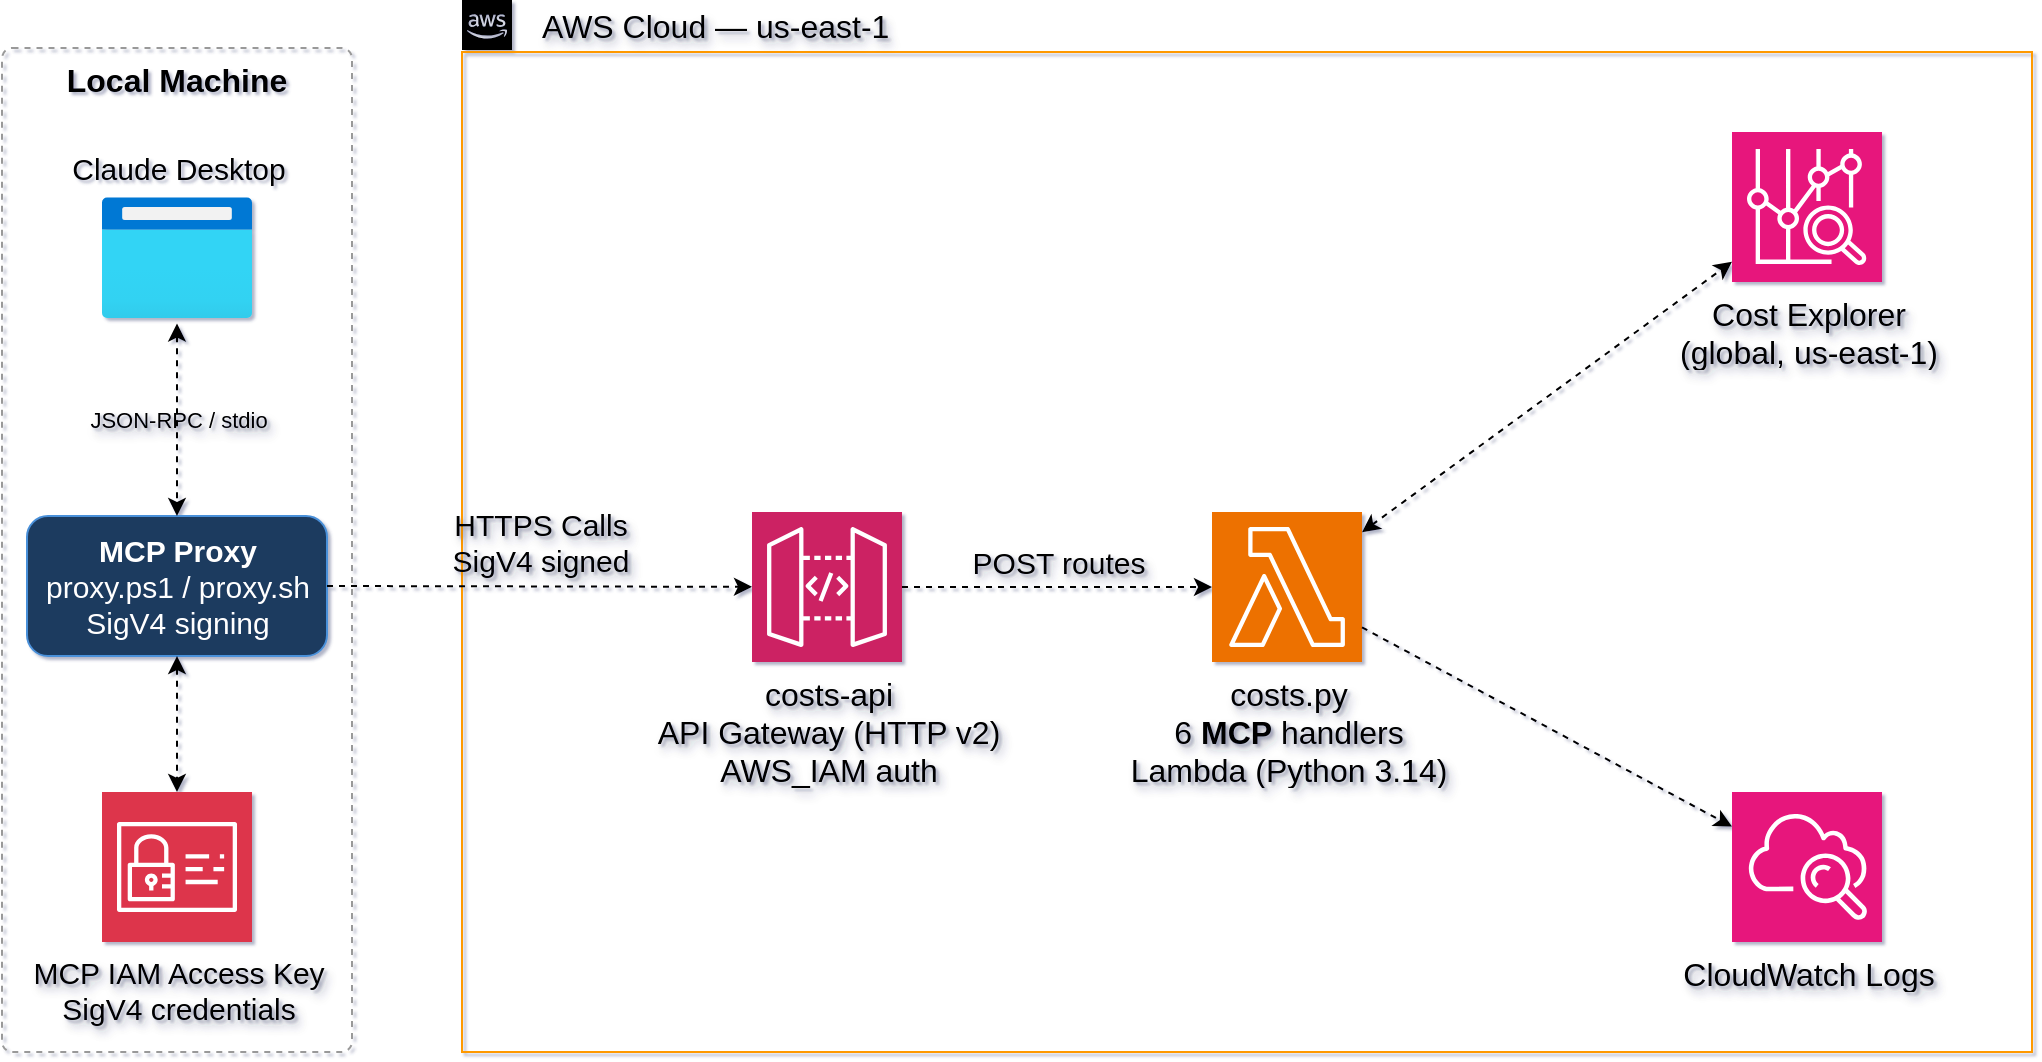
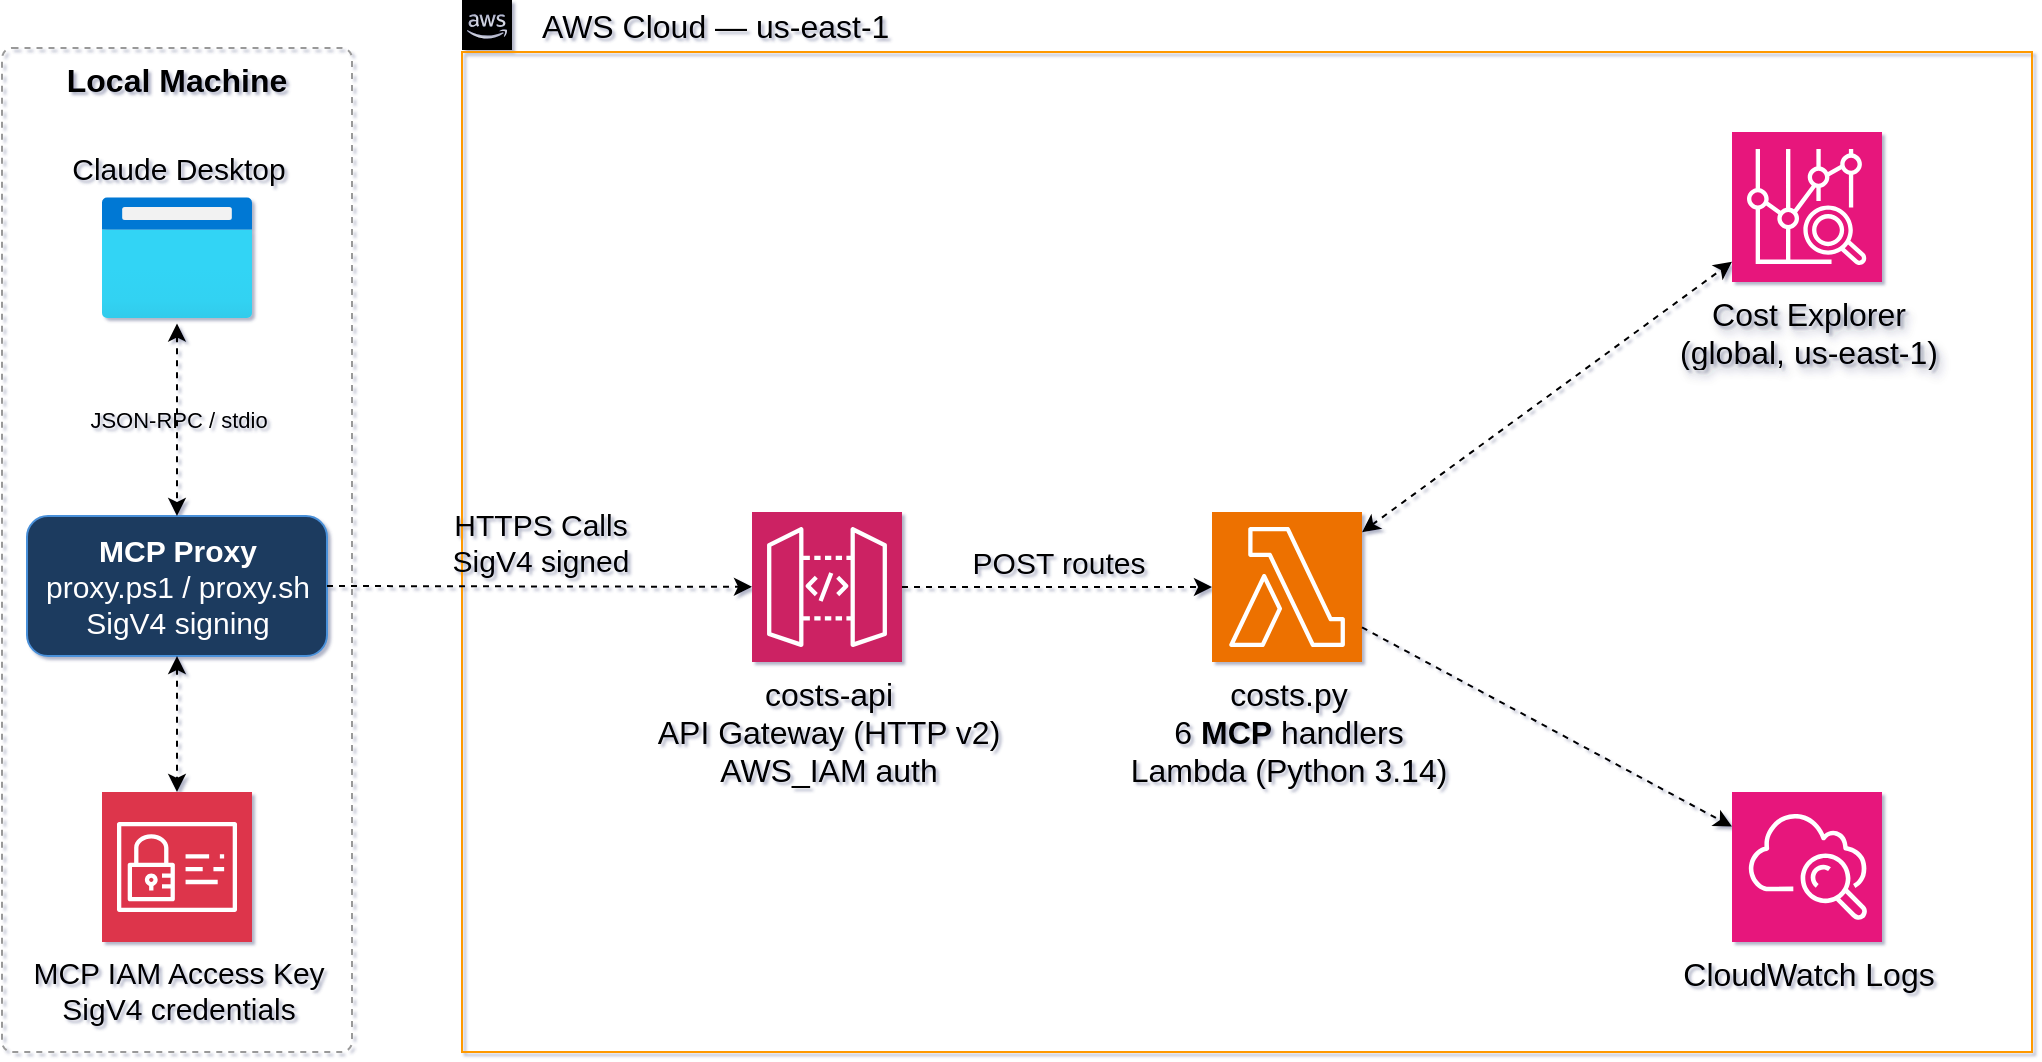
<mxfile host="app.diagrams.net" agent="Claude" pages="2">
  <diagram id="arch" name="Before — Local Proxy">
    <mxGraphModel grid="1" page="1" gridSize="10" guides="1" tooltips="1" connect="1" arrows="1" fold="1" pageScale="1" pageWidth="1169" pageHeight="827" background="none" math="0" shadow="1">
      <root>
        <mxCell id="0" />
        <mxCell id="1" parent="0" />
        <mxCell id="local-zone" parent="1" style="rounded=1;whiteSpace=wrap;html=1;fillColor=none;strokeColor=#999999;dashed=1;arcSize=3;verticalAlign=top;fontSize=12;fontStyle=1;fontColor=#555555;" value="&lt;font style=&quot;font-size: 16px; color: light-dark(rgb(0, 0, 0), rgb(237, 237, 237));&quot;&gt;Local Machine&lt;/font&gt;" vertex="1">
          <mxGeometry height="502" width="175" x="25" y="108" as="geometry" />
        </mxCell>
        <mxCell id="aws-zone" parent="1" style="rounded=0;whiteSpace=wrap;html=1;fillColor=none;strokeColor=#FF9900;dashed=0;arcSize=2;noLabel=1;textShadow=1;" value="" vertex="1">
          <mxGeometry height="500" width="785" x="255" y="110" as="geometry" />
        </mxCell>
-         <mxCell id="aws-cloud-label" parent="1" style="shape=mxgraph.aws4.group;grIcon=mxgraph.aws4.group_aws_cloud_alt;strokeColor=none;fillColor=none;fontColor=light-dark(#000000, #bdc7d4);fontSize=12;align=left;labelPosition=right;verticalLabelPosition=middle;verticalAlign=middle;spacing=8;html=1;points=[];textShadow=1;" value="&lt;font style=&quot;font-size: 16px;&quot;&gt;AWS Cloud — us-east-1&lt;/font&gt;" vertex="1">
+         <mxCell id="aws-cloud-label" parent="1" style="shape=mxgraph.aws4.group;grIcon=mxgraph.aws4.group_aws_cloud_alt;strokeColor=none;fillColor=none;fontColor=light-dark(#000000, #bdc7d4);fontSize=12;align=left;labelPosition=right;verticalLabelPosition=middle;verticalAlign=middle;spacing=8;html=1;points=[];textShadow=0;" value="&lt;font style=&quot;font-size: 16px;&quot;&gt;AWS Cloud — us-east-1&lt;/font&gt;" vertex="1">
          <mxGeometry height="26" width="32" x="255" y="84" as="geometry" />
        </mxCell>
        <mxCell id="claude-desktop" parent="1" style="image;aspect=fixed;html=1;points=[];align=center;fontSize=15;image=img/lib/azure2/general/Browser.svg;labelBackgroundColor=none;labelPosition=center;verticalLabelPosition=top;verticalAlign=bottom;" value="Claude Desktop" vertex="1">
          <mxGeometry height="65.79" width="75" x="75" y="180" as="geometry" />
        </mxCell>
        <mxCell id="proxy" parent="1" style="rounded=1;whiteSpace=wrap;html=1;fillColor=#1e3a5f;strokeColor=#4a90d9;fontColor=#ffffff;fontSize=11;align=center;" value="&lt;b&gt;&lt;font style=&quot;font-size: 15px;&quot;&gt;MCP Proxy&lt;/font&gt;&lt;/b&gt;&lt;div&gt;&lt;font style=&quot;font-size: 15px;&quot;&gt;proxy.ps1 / proxy.sh&lt;/font&gt;&lt;/div&gt;&lt;div&gt;&lt;font style=&quot;font-size: 15px;&quot;&gt;SigV4 signing&lt;/font&gt;&lt;/div&gt;" vertex="1">
          <mxGeometry height="70" width="150" x="37.5" y="342" as="geometry" />
        </mxCell>
-         <mxCell id="api-gw" parent="1" style="sketch=0;points=[[0,0,0],[0.25,0,0],[0.5,0,0],[0.75,0,0],[1,0,0],[0,1,0],[0.25,1,0],[0.5,1,0],[0.75,1,0],[1,1,0],[0,0.25,0],[0,0.5,0],[0,0.75,0],[1,0.25,0],[1,0.5,0],[1,0.75,0]];outlineConnect=0;fontColor=light-dark(#000000,#000000);fillColor=#CC2264;strokeColor=#ffffff;dashed=0;verticalLabelPosition=bottom;verticalAlign=top;align=center;html=1;fontSize=16;fontStyle=0;aspect=fixed;shape=mxgraph.aws4.resourceIcon;resIcon=mxgraph.aws4.api_gateway;textShadow=1;" value="costs-api&lt;div&gt;API Gateway (HTTP v2)&lt;/div&gt;&lt;div&gt;AWS_IAM auth&lt;/div&gt;" vertex="1">
+         <mxCell id="api-gw" parent="1" style="sketch=0;points=[[0,0,0],[0.25,0,0],[0.5,0,0],[0.75,0,0],[1,0,0],[0,1,0],[0.25,1,0],[0.5,1,0],[0.75,1,0],[1,1,0],[0,0.25,0],[0,0.5,0],[0,0.75,0],[1,0.25,0],[1,0.5,0],[1,0.75,0]];outlineConnect=0;fontColor=light-dark(#000000,#000000);fillColor=#CC2264;strokeColor=#ffffff;dashed=0;verticalLabelPosition=bottom;verticalAlign=top;align=center;html=1;fontSize=16;fontStyle=0;aspect=fixed;shape=mxgraph.aws4.resourceIcon;resIcon=mxgraph.aws4.api_gateway;textShadow=0;" value="costs-api&lt;div&gt;API Gateway (HTTP v2)&lt;/div&gt;&lt;div&gt;AWS_IAM auth&lt;/div&gt;" vertex="1">
          <mxGeometry height="75" width="75" x="400" y="340" as="geometry" />
        </mxCell>
-         <mxCell id="lambda" parent="1" style="sketch=0;points=[[0,0,0],[0.25,0,0],[0.5,0,0],[0.75,0,0],[1,0,0],[0,1,0],[0.25,1,0],[0.5,1,0],[0.75,1,0],[1,1,0],[0,0.25,0],[0,0.5,0],[0,0.75,0],[1,0.25,0],[1,0.5,0],[1,0.75,0]];outlineConnect=0;fontColor=light-dark(#000000,#000000);fillColor=#ED7100;strokeColor=#ffffff;dashed=0;verticalLabelPosition=bottom;verticalAlign=top;align=center;html=1;fontSize=16;fontStyle=0;aspect=fixed;shape=mxgraph.aws4.resourceIcon;resIcon=mxgraph.aws4.lambda;textShadow=1;" value="costs.py&lt;div&gt;6 &lt;b&gt;MCP&amp;nbsp;&lt;/b&gt;handlers&lt;/div&gt;&lt;div&gt;Lambda (Python 3.14)&lt;/div&gt;" vertex="1">
+         <mxCell id="lambda" parent="1" style="sketch=0;points=[[0,0,0],[0.25,0,0],[0.5,0,0],[0.75,0,0],[1,0,0],[0,1,0],[0.25,1,0],[0.5,1,0],[0.75,1,0],[1,1,0],[0,0.25,0],[0,0.5,0],[0,0.75,0],[1,0.25,0],[1,0.5,0],[1,0.75,0]];outlineConnect=0;fontColor=light-dark(#000000,#000000);fillColor=#ED7100;strokeColor=#ffffff;dashed=0;verticalLabelPosition=bottom;verticalAlign=top;align=center;html=1;fontSize=16;fontStyle=0;aspect=fixed;shape=mxgraph.aws4.resourceIcon;resIcon=mxgraph.aws4.lambda;textShadow=0;" value="costs.py&lt;div&gt;6 &lt;b&gt;MCP&amp;nbsp;&lt;/b&gt;handlers&lt;/div&gt;&lt;div&gt;Lambda (Python 3.14)&lt;/div&gt;" vertex="1">
          <mxGeometry height="75" width="75" x="630" y="340" as="geometry" />
        </mxCell>
        <mxCell id="cost-explorer" parent="1" style="sketch=0;points=[[0,0,0],[0.25,0,0],[0.5,0,0],[0.75,0,0],[1,0,0],[0,1,0],[0.25,1,0],[0.5,1,0],[0.75,1,0],[1,1,0],[0,0.25,0],[0,0.5,0],[0,0.75,0],[1,0.25,0],[1,0.5,0],[1,0.75,0]];outlineConnect=0;fontColor=light-dark(#000000,#000000);fillColor=#E7157B;strokeColor=#ffffff;dashed=0;verticalLabelPosition=bottom;verticalAlign=top;align=center;html=1;fontSize=16;fontStyle=0;aspect=fixed;shape=mxgraph.aws4.resourceIcon;resIcon=mxgraph.aws4.cost_explorer;textShadow=1;" value="Cost Explorer&lt;div&gt;(global, us-&lt;span&gt;east&lt;/span&gt;-1)&lt;/div&gt;" vertex="1">
          <mxGeometry height="75" width="75" x="890" y="150" as="geometry" />
        </mxCell>
-         <mxCell id="cloudwatch" parent="1" style="sketch=0;points=[[0,0,0],[0.25,0,0],[0.5,0,0],[0.75,0,0],[1,0,0],[0,1,0],[0.25,1,0],[0.5,1,0],[0.75,1,0],[1,1,0],[0,0.25,0],[0,0.5,0],[0,0.75,0],[1,0.25,0],[1,0.5,0],[1,0.75,0]];outlineConnect=0;fontColor=light-dark(#000000,#000000);fillColor=#E7157B;strokeColor=#ffffff;dashed=0;verticalLabelPosition=bottom;verticalAlign=top;align=center;html=1;fontSize=16;fontStyle=0;aspect=fixed;shape=mxgraph.aws4.resourceIcon;resIcon=mxgraph.aws4.cloudwatch;textShadow=1;" value="CloudWatch Logs" vertex="1">
+         <mxCell id="cloudwatch" parent="1" style="sketch=0;points=[[0,0,0],[0.25,0,0],[0.5,0,0],[0.75,0,0],[1,0,0],[0,1,0],[0.25,1,0],[0.5,1,0],[0.75,1,0],[1,1,0],[0,0.25,0],[0,0.5,0],[0,0.75,0],[1,0.25,0],[1,0.5,0],[1,0.75,0]];outlineConnect=0;fontColor=light-dark(#000000,#000000);fillColor=#E7157B;strokeColor=#ffffff;dashed=0;verticalLabelPosition=bottom;verticalAlign=top;align=center;html=1;fontSize=16;fontStyle=0;aspect=fixed;shape=mxgraph.aws4.resourceIcon;resIcon=mxgraph.aws4.cloudwatch;textShadow=0;" value="CloudWatch Logs" vertex="1">
          <mxGeometry height="75" width="75" x="890" y="480" as="geometry" />
        </mxCell>
-         <mxCell id="e-cd-proxy" edge="1" parent="1" source="claude-desktop" style="endArrow=classic;startArrow=classic;startFill=1;html=1;rounded=0;dashed=1;labelBackgroundColor=none;exitX=0.5;exitY=1;exitDx=0;exitDy=0;entryX=0.5;entryY=0;entryDx=0;entryDy=0;textShadow=1;" target="proxy" value="&lt;font&gt;JSON-RPC / stdio&lt;/font&gt;">
+         <mxCell id="e-cd-proxy" edge="1" parent="1" source="claude-desktop" style="endArrow=classic;startArrow=classic;startFill=1;html=1;rounded=0;dashed=1;labelBackgroundColor=none;exitX=0.5;exitY=1;exitDx=0;exitDy=0;entryX=0.5;entryY=0;entryDx=0;entryDy=0;textShadow=0;" target="proxy" value="&lt;font&gt;JSON-RPC / stdio&lt;/font&gt;">
          <mxGeometry relative="1" as="geometry" />
        </mxCell>
-         <mxCell id="e-proxy-apigw" edge="1" parent="1" source="proxy" style="endArrow=classic;startArrow=none;html=1;rounded=0;dashed=1;labelBackgroundColor=none;exitX=1;exitY=0.5;exitDx=0;exitDy=0;spacingTop=-44;textShadow=1;fontSize=15;" target="api-gw" value="&lt;font&gt;HTTPS Calls&lt;/font&gt;&lt;div&gt;&lt;font&gt;SigV4 signed&lt;/font&gt;&lt;/div&gt;">
+         <mxCell id="e-proxy-apigw" edge="1" parent="1" source="proxy" style="endArrow=classic;startArrow=none;html=1;rounded=0;dashed=1;labelBackgroundColor=none;exitX=1;exitY=0.5;exitDx=0;exitDy=0;spacingTop=-44;textShadow=0;fontSize=15;" target="api-gw" value="&lt;font&gt;HTTPS Calls&lt;/font&gt;&lt;div&gt;&lt;font&gt;SigV4 signed&lt;/font&gt;&lt;/div&gt;">
          <mxGeometry relative="1" x="0.0006" as="geometry">
            <mxPoint as="offset" />
          </mxGeometry>
        </mxCell>
-         <mxCell id="e-apigw-lambda" edge="1" parent="1" source="api-gw" style="endArrow=classic;startArrow=none;html=1;rounded=0;dashed=1;labelBackgroundColor=none;spacingTop=-25;textShadow=1;fontSize=15;" target="lambda" value="POST routes">
+         <mxCell id="e-apigw-lambda" edge="1" parent="1" source="api-gw" style="endArrow=classic;startArrow=none;html=1;rounded=0;dashed=1;labelBackgroundColor=none;spacingTop=-25;textShadow=0;fontSize=15;" target="lambda" value="POST routes">
          <mxGeometry relative="1" as="geometry">
            <mxPoint as="offset" />
          </mxGeometry>
        </mxCell>
        <mxCell id="e-lambda-ce" edge="1" parent="1" source="lambda" style="endArrow=classic;startArrow=classic;startFill=1;html=1;rounded=0;dashed=1;labelBackgroundColor=none;" target="cost-explorer" value="">
          <mxGeometry relative="1" as="geometry" />
        </mxCell>
        <mxCell id="e-lambda-cw" edge="1" parent="1" source="lambda" style="endArrow=classic;startArrow=none;html=1;rounded=0;dashed=1;labelBackgroundColor=none;" target="cloudwatch" value="">
          <mxGeometry relative="1" as="geometry" />
        </mxCell>
-         <mxCell id="-CmOwPXKwdwqw_4okU6w-4" parent="1" style="sketch=0;points=[[0,0,0],[0.25,0,0],[0.5,0,0],[0.75,0,0],[1,0,0],[0,1,0],[0.25,1,0],[0.5,1,0],[0.75,1,0],[1,1,0],[0,0.25,0],[0,0.5,0],[0,0.75,0],[1,0.25,0],[1,0.5,0],[1,0.75,0]];outlineConnect=0;fontColor=light-dark(#000000, #bdc7d4);fillColor=#DD344C;strokeColor=#ffffff;dashed=0;verticalLabelPosition=bottom;verticalAlign=top;align=center;html=1;fontSize=15;fontStyle=0;aspect=fixed;shape=mxgraph.aws4.resourceIcon;resIcon=mxgraph.aws4.identity_and_access_management;textShadow=1;" value="MCP IAM Access Key&lt;div&gt;SigV4 credentials&lt;/div&gt;" vertex="1">
+         <mxCell id="-CmOwPXKwdwqw_4okU6w-4" parent="1" style="sketch=0;points=[[0,0,0],[0.25,0,0],[0.5,0,0],[0.75,0,0],[1,0,0],[0,1,0],[0.25,1,0],[0.5,1,0],[0.75,1,0],[1,1,0],[0,0.25,0],[0,0.5,0],[0,0.75,0],[1,0.25,0],[1,0.5,0],[1,0.75,0]];outlineConnect=0;fontColor=light-dark(#000000, #bdc7d4);fillColor=#DD344C;strokeColor=#ffffff;dashed=0;verticalLabelPosition=bottom;verticalAlign=top;align=center;html=1;fontSize=15;fontStyle=0;aspect=fixed;shape=mxgraph.aws4.resourceIcon;resIcon=mxgraph.aws4.identity_and_access_management;textShadow=0;" value="MCP IAM Access Key&lt;div&gt;SigV4 credentials&lt;/div&gt;" vertex="1">
          <mxGeometry height="75" width="75" x="75" y="480" as="geometry" />
        </mxCell>
        <mxCell id="-CmOwPXKwdwqw_4okU6w-5" edge="1" parent="1" source="proxy" style="endArrow=classic;startArrow=classic;startFill=1;html=1;rounded=0;dashed=1;labelBackgroundColor=none;exitX=0.5;exitY=1;exitDx=0;exitDy=0;textShadow=1;" target="-CmOwPXKwdwqw_4okU6w-4" value="">
          <mxGeometry relative="1" as="geometry">
            <mxPoint x="100" y="260" as="sourcePoint" />
            <mxPoint x="100" y="359" as="targetPoint" />
          </mxGeometry>
        </mxCell>
      </root>
    </mxGraphModel>
  </diagram>
  <diagram id="arch-cognito" name="Architecture — Cognito OAuth">
-     <mxGraphModel grid="1" page="1" gridSize="10" guides="1" tooltips="1" connect="1" arrows="1" fold="1" pageScale="1" pageWidth="1169" pageHeight="827" background="none" math="0" shadow="1">
+     <mxGraphModel grid="1" page="1" gridSize="10" guides="1" tooltips="1" connect="1" arrows="1" fold="1" pageScale="1" pageWidth="1169" pageHeight="827" background="none" math="0" shadow="0">
      <root>
        <mxCell id="0" />
        <mxCell id="1" parent="0" />
-         <mxCell id="c-aws-zone" parent="1" style="rounded=0;whiteSpace=wrap;html=1;fillColor=none;strokeColor=#FF9900;dashed=0;arcSize=2;noLabel=1;textShadow=1;" value="" vertex="1">
-           <mxGeometry height="640" width="820" x="250" y="86" as="geometry" />
+         <mxCell id="c-aws-zone" parent="1" style="rounded=0;whiteSpace=wrap;html=1;fillColor=none;strokeColor=#FF9900;dashed=0;arcSize=2;noLabel=1;textShadow=0;" value="" vertex="1">
+           <mxGeometry height="444" width="830" x="250" y="86" as="geometry" />
        </mxCell>
-         <mxCell id="c-aws-cloud-label" parent="1" style="shape=mxgraph.aws4.group;grIcon=mxgraph.aws4.group_aws_cloud_alt;strokeColor=none;fillColor=none;fontColor=light-dark(#000000, #bdc7d4);fontSize=12;align=left;labelPosition=right;verticalLabelPosition=middle;verticalAlign=middle;spacing=8;html=1;points=[];textShadow=1;" value="&lt;font style=&quot;font-size: 16px;&quot;&gt;AWS Cloud — us-east-1&lt;/font&gt;" vertex="1">
+         <mxCell id="c-aws-cloud-label" parent="1" style="shape=mxgraph.aws4.group;grIcon=mxgraph.aws4.group_aws_cloud_alt;strokeColor=none;fillColor=none;fontColor=light-dark(#000000, #bdc7d4);fontSize=12;align=left;labelPosition=right;verticalLabelPosition=middle;verticalAlign=middle;spacing=8;html=1;points=[];textShadow=0;" value="&lt;font style=&quot;font-size: 16px;&quot;&gt;AWS Cloud — us-east-1&lt;/font&gt;" vertex="1">
          <mxGeometry height="26" width="32" x="250" y="60" as="geometry" />
        </mxCell>
        <mxCell id="c-claude" parent="1" style="image;aspect=fixed;html=1;points=[];align=center;fontSize=15;image=img/lib/azure2/general/Browser.svg;labelBackgroundColor=none;labelPosition=center;verticalLabelPosition=top;verticalAlign=bottom;" value="claude.ai&lt;div&gt;(remote MCP client)&lt;/div&gt;" vertex="1">
          <mxGeometry height="65.79" width="75" x="80" y="330.6" as="geometry" />
        </mxCell>
-         <mxCell id="c-cognito" parent="1" style="sketch=0;points=[[0,0,0],[0.25,0,0],[0.5,0,0],[0.75,0,0],[1,0,0],[0,1,0],[0.25,1,0],[0.5,1,0],[0.75,1,0],[1,1,0],[0,0.25,0],[0,0.5,0],[0,0.75,0],[1,0.25,0],[1,0.5,0],[1,0.75,0]];outlineConnect=0;fontColor=light-dark(#000000,#000000);fillColor=#DD344C;strokeColor=#ffffff;dashed=0;verticalLabelPosition=bottom;verticalAlign=top;align=center;html=1;fontSize=15;fontStyle=0;aspect=fixed;shape=mxgraph.aws4.resourceIcon;resIcon=mxgraph.aws4.cognito;textShadow=1;" value="Cognito&lt;div&gt;User Pool + Hosted UI&lt;/div&gt;" vertex="1">
+         <mxCell id="c-cognito" parent="1" style="sketch=0;points=[[0,0,0],[0.25,0,0],[0.5,0,0],[0.75,0,0],[1,0,0],[0,1,0],[0.25,1,0],[0.5,1,0],[0.75,1,0],[1,1,0],[0,0.25,0],[0,0.5,0],[0,0.75,0],[1,0.25,0],[1,0.5,0],[1,0.75,0]];outlineConnect=0;fontColor=light-dark(#000000,#000000);fillColor=#DD344C;strokeColor=#ffffff;dashed=0;verticalLabelPosition=middle;verticalAlign=middle;align=left;html=1;fontSize=15;fontStyle=0;aspect=fixed;shape=mxgraph.aws4.resourceIcon;resIcon=mxgraph.aws4.cognito;textShadow=0;labelPosition=right;spacingTop=0;spacingLeft=7;" value="Cognito&lt;div&gt;User Pool + Hosted UI&lt;/div&gt;" vertex="1">
          <mxGeometry height="75" width="75" x="540" y="106" as="geometry" />
        </mxCell>
-         <mxCell id="c-apigw" parent="1" style="sketch=0;points=[[0,0,0],[0.25,0,0],[0.5,0,0],[0.75,0,0],[1,0,0],[0,1,0],[0.25,1,0],[0.5,1,0],[0.75,1,0],[1,1,0],[0,0.25,0],[0,0.5,0],[0,0.75,0],[1,0.25,0],[1,0.5,0],[1,0.75,0]];outlineConnect=0;fontColor=light-dark(#000000,#000000);fillColor=#CC2264;strokeColor=#ffffff;dashed=0;verticalLabelPosition=bottom;verticalAlign=top;align=center;html=1;fontSize=15;fontStyle=0;aspect=fixed;shape=mxgraph.aws4.resourceIcon;resIcon=mxgraph.aws4.api_gateway;textShadow=1;" value="costs-mcp-api&lt;div&gt;HTTP API — public routes&lt;/div&gt;" vertex="1">
+         <mxCell id="c-apigw" parent="1" style="sketch=0;points=[[0,0,0],[0.25,0,0],[0.5,0,0],[0.75,0,0],[1,0,0],[0,1,0],[0.25,1,0],[0.5,1,0],[0.75,1,0],[1,1,0],[0,0.25,0],[0,0.5,0],[0,0.75,0],[1,0.25,0],[1,0.5,0],[1,0.75,0]];outlineConnect=0;fontColor=light-dark(#000000,#000000);fillColor=#CC2264;strokeColor=#ffffff;dashed=0;verticalLabelPosition=bottom;verticalAlign=top;align=center;html=1;fontSize=15;fontStyle=0;aspect=fixed;shape=mxgraph.aws4.resourceIcon;resIcon=mxgraph.aws4.api_gateway;textShadow=0;" value="costs-mcp-api&lt;div&gt;HTTP API — public routes&lt;/div&gt;" vertex="1">
          <mxGeometry height="75" width="75" x="330" y="326" as="geometry" />
        </mxCell>
-         <mxCell id="c-router" parent="1" style="sketch=0;points=[[0,0,0],[0.25,0,0],[0.5,0,0],[0.75,0,0],[1,0,0],[0,1,0],[0.25,1,0],[0.5,1,0],[0.75,1,0],[1,1,0],[0,0.25,0],[0,0.5,0],[0,0.75,0],[1,0.25,0],[1,0.5,0],[1,0.75,0]];outlineConnect=0;fontColor=light-dark(#000000,#000000);fillColor=#ED7100;strokeColor=#ffffff;dashed=0;verticalLabelPosition=bottom;verticalAlign=top;align=center;html=1;fontSize=15;fontStyle=0;aspect=fixed;shape=mxgraph.aws4.resourceIcon;resIcon=mxgraph.aws4.lambda;textShadow=1;" value="MCP Router&lt;div&gt;router.py · oauth + mcp&lt;/div&gt;&lt;div&gt;Lambda&lt;/div&gt;" vertex="1">
+         <mxCell id="c-router" parent="1" style="sketch=0;points=[[0,0,0],[0.25,0,0],[0.5,0,0],[0.75,0,0],[1,0,0],[0,1,0],[0.25,1,0],[0.5,1,0],[0.75,1,0],[1,1,0],[0,0.25,0],[0,0.5,0],[0,0.75,0],[1,0.25,0],[1,0.5,0],[1,0.75,0]];outlineConnect=0;fontColor=light-dark(#000000,#000000);fillColor=#ED7100;strokeColor=#ffffff;dashed=0;verticalLabelPosition=bottom;verticalAlign=top;align=center;html=1;fontSize=15;fontStyle=0;aspect=fixed;shape=mxgraph.aws4.resourceIcon;resIcon=mxgraph.aws4.lambda;textShadow=0;" value="MCP Router&lt;div&gt;router.py · oauth + mcp&lt;/div&gt;&lt;div&gt;Lambda&lt;/div&gt;" vertex="1">
          <mxGeometry height="75" width="75" x="540" y="326" as="geometry" />
        </mxCell>
-         <mxCell id="c-dynamo" parent="1" style="sketch=0;points=[[0,0,0],[0.25,0,0],[0.5,0,0],[0.75,0,0],[1,0,0],[0,1,0],[0.25,1,0],[0.5,1,0],[0.75,1,0],[1,1,0],[0,0.25,0],[0,0.5,0],[0,0.75,0],[1,0.25,0],[1,0.5,0],[1,0.75,0]];outlineConnect=0;fontColor=light-dark(#000000,#000000);fillColor=#4D72F3;strokeColor=#ffffff;dashed=0;verticalLabelPosition=bottom;verticalAlign=top;align=center;html=1;fontSize=15;fontStyle=0;aspect=fixed;shape=mxgraph.aws4.resourceIcon;resIcon=mxgraph.aws4.dynamodb;textShadow=1;" value="OAuth State&lt;div&gt;PENDINGAUTH · AUTHCODE&lt;/div&gt;&lt;div&gt;(5-min TTL)&lt;/div&gt;" vertex="1">
-           <mxGeometry height="75" width="75" x="540" y="556" as="geometry" />
-         </mxCell>
-         <mxCell id="c-costlambdas" parent="1" style="sketch=0;points=[[0,0,0],[0.25,0,0],[0.5,0,0],[0.75,0,0],[1,0,0],[0,1,0],[0.25,1,0],[0.5,1,0],[0.75,1,0],[1,1,0],[0,0.25,0],[0,0.5,0],[0,0.75,0],[1,0.25,0],[1,0.5,0],[1,0.75,0]];outlineConnect=0;fontColor=light-dark(#000000,#000000);fillColor=#ED7100;strokeColor=#ffffff;dashed=0;verticalLabelPosition=bottom;verticalAlign=top;align=center;html=1;fontSize=15;fontStyle=0;aspect=fixed;shape=mxgraph.aws4.resourceIcon;resIcon=mxgraph.aws4.lambda;textShadow=1;" value="costs.py&lt;div&gt;6 cost tools&lt;/div&gt;&lt;div&gt;Lambda (Python 3.14)&lt;/div&gt;" vertex="1">
+         <mxCell id="c-costlambdas" parent="1" style="sketch=0;points=[[0,0,0],[0.25,0,0],[0.5,0,0],[0.75,0,0],[1,0,0],[0,1,0],[0.25,1,0],[0.5,1,0],[0.75,1,0],[1,1,0],[0,0.25,0],[0,0.5,0],[0,0.75,0],[1,0.25,0],[1,0.5,0],[1,0.75,0]];outlineConnect=0;fontColor=light-dark(#000000,#000000);fillColor=#ED7100;strokeColor=#ffffff;dashed=0;verticalLabelPosition=bottom;verticalAlign=top;align=center;html=1;fontSize=15;fontStyle=0;aspect=fixed;shape=mxgraph.aws4.resourceIcon;resIcon=mxgraph.aws4.lambda;textShadow=0;" value="costs.py&lt;div&gt;6 cost tools&lt;/div&gt;&lt;div&gt;Lambda (Python 3.14)&lt;/div&gt;" vertex="1">
          <mxGeometry height="75" width="75" x="760" y="326" as="geometry" />
        </mxCell>
-         <mxCell id="c-cost-explorer" parent="1" style="sketch=0;points=[[0,0,0],[0.25,0,0],[0.5,0,0],[0.75,0,0],[1,0,0],[0,1,0],[0.25,1,0],[0.5,1,0],[0.75,1,0],[1,1,0],[0,0.25,0],[0,0.5,0],[0,0.75,0],[1,0.25,0],[1,0.5,0],[1,0.75,0]];outlineConnect=0;fontColor=light-dark(#000000,#000000);fillColor=#E7157B;strokeColor=#ffffff;dashed=0;verticalLabelPosition=bottom;verticalAlign=top;align=center;html=1;fontSize=15;fontStyle=0;aspect=fixed;shape=mxgraph.aws4.resourceIcon;resIcon=mxgraph.aws4.cost_explorer;textShadow=1;" value="Cost Explorer&lt;div&gt;(global, us-east-1)&lt;/div&gt;" vertex="1">
+         <mxCell id="c-cost-explorer" parent="1" style="sketch=0;points=[[0,0,0],[0.25,0,0],[0.5,0,0],[0.75,0,0],[1,0,0],[0,1,0],[0.25,1,0],[0.5,1,0],[0.75,1,0],[1,1,0],[0,0.25,0],[0,0.5,0],[0,0.75,0],[1,0.25,0],[1,0.5,0],[1,0.75,0]];outlineConnect=0;fontColor=light-dark(#000000,#000000);fillColor=#E7157B;strokeColor=#ffffff;dashed=0;verticalLabelPosition=bottom;verticalAlign=top;align=center;html=1;fontSize=15;fontStyle=0;aspect=fixed;shape=mxgraph.aws4.resourceIcon;resIcon=mxgraph.aws4.cost_explorer;textShadow=0;" value="Cost Explorer&lt;div&gt;(global, us-east-1)&lt;/div&gt;" vertex="1">
          <mxGeometry height="75" width="75" x="960" y="326" as="geometry" />
        </mxCell>
-         <mxCell id="c-e-claude-apigw" edge="1" parent="1" source="c-claude" style="endArrow=classic;startArrow=classic;startFill=1;html=1;rounded=0;dashed=0;labelBackgroundColor=none;exitX=1;exitY=0.5;exitDx=0;exitDy=0;entryX=0;entryY=0.5;entryDx=0;entryDy=0;textShadow=1;fontSize=15;" target="c-apigw" value="&lt;font&gt;MCP over HTTPS&lt;/font&gt;&lt;div&gt;&lt;font&gt;+ OAuth login&lt;/font&gt;&lt;/div&gt;">
-           <mxGeometry relative="1" as="geometry" />
+         <mxCell id="c-e-claude-apigw" edge="1" parent="1" source="c-claude" style="endArrow=classic;startArrow=classic;startFill=1;html=1;rounded=0;dashed=0;labelBackgroundColor=none;exitX=1;exitY=0.5;exitDx=0;exitDy=0;entryX=0;entryY=0.5;entryDx=0;entryDy=0;textShadow=0;fontSize=15;" target="c-apigw" value="&lt;font&gt;MCP over HTTPS&lt;/font&gt;&lt;div&gt;&lt;font&gt;+ OAuth login&lt;/font&gt;&lt;/div&gt;">
+           <mxGeometry relative="1" x="0.0057" as="geometry">
+             <mxPoint as="offset" />
+           </mxGeometry>
        </mxCell>
        <mxCell id="c-e-apigw-router" edge="1" parent="1" source="c-apigw" style="endArrow=classic;startArrow=none;html=1;rounded=0;dashed=0;labelBackgroundColor=none;spacingTop=-25;textShadow=1;fontSize=15;" target="c-router" value="">
          <mxGeometry relative="1" as="geometry" />
        </mxCell>
-         <mxCell id="c-e-router-cognito" edge="1" parent="1" source="c-router" style="endArrow=classic;startArrow=classic;startFill=1;html=1;rounded=0;dashed=1;labelBackgroundColor=none;textShadow=1;fontSize=14;" target="c-cognito" value="&lt;font&gt;OAuth broker&lt;/font&gt;&lt;div&gt;&lt;font&gt;validate token&lt;/font&gt;&lt;/div&gt;">
+         <mxCell id="c-e-router-cognito" edge="1" parent="1" source="c-router" style="endArrow=classic;startArrow=classic;startFill=1;html=1;rounded=0;dashed=1;labelBackgroundColor=none;textShadow=0;fontSize=14;" target="c-cognito" value="&lt;font&gt;OAuth broker&lt;/font&gt;&lt;div&gt;&lt;font&gt;validate token&lt;/font&gt;&lt;/div&gt;">
          <mxGeometry relative="1" as="geometry" />
        </mxCell>
-         <mxCell id="c-e-router-dynamo" edge="1" parent="1" source="c-router" style="endArrow=classic;startArrow=classic;startFill=1;html=1;rounded=0;dashed=1;labelBackgroundColor=none;textShadow=1;fontSize=14;" target="c-dynamo" value="OAuth state">
-           <mxGeometry relative="1" as="geometry" />
-         </mxCell>
-         <mxCell id="c-e-router-lambdas" edge="1" parent="1" source="c-router" style="endArrow=classic;startArrow=none;html=1;rounded=0;dashed=0;labelBackgroundColor=none;spacingTop=-25;textShadow=1;fontSize=14;" target="c-costlambdas" value="lambda:Invoke&lt;div&gt;(tools/call)&lt;/div&gt;">
+         <mxCell id="c-e-router-lambdas" edge="1" parent="1" source="c-router" style="endArrow=classic;startArrow=none;html=1;rounded=0;dashed=0;labelBackgroundColor=none;spacingTop=-36;textShadow=0;fontSize=14;" target="c-costlambdas" value="lambda:Invoke&lt;div&gt;(tools/call)&lt;/div&gt;">
          <mxGeometry relative="1" as="geometry" />
        </mxCell>
        <mxCell id="c-e-lambdas-ce" edge="1" parent="1" source="c-costlambdas" style="endArrow=classic;startArrow=classic;startFill=1;html=1;rounded=0;dashed=1;labelBackgroundColor=none;" target="c-cost-explorer" value="">
          <mxGeometry relative="1" as="geometry" />
        </mxCell>
+         <mxCell id="veEt_gc5VNtiZTHhxn2Z-3" edge="1" parent="1" source="c-claude" style="endArrow=classic;startArrow=classic;html=1;rounded=0;entryX=0;entryY=0.5;entryDx=0;entryDy=0;entryPerimeter=0;labelBackgroundColor=default;dashed=1;" target="c-cognito" value="">
+           <mxGeometry height="50" relative="1" width="50" as="geometry">
+             <Array as="points">
+               <mxPoint x="118" y="144" />
+             </Array>
+             <mxPoint x="130" y="250" as="sourcePoint" />
+             <mxPoint x="150" y="160" as="targetPoint" />
+           </mxGeometry>
+         </mxCell>
+         <mxCell id="veEt_gc5VNtiZTHhxn2Z-4" connectable="0" parent="veEt_gc5VNtiZTHhxn2Z-3" style="edgeLabel;align=center;verticalAlign=middle;resizable=0;points=[];labelBackgroundColor=none;html=1;spacingTop=-25;fontSize=15;" value="Authentication via Browser Prompt" vertex="1">
+           <mxGeometry relative="1" x="0.231" as="geometry">
+             <mxPoint as="offset" />
+           </mxGeometry>
+         </mxCell>
      </root>
    </mxGraphModel>
  </diagram>
</mxfile>
